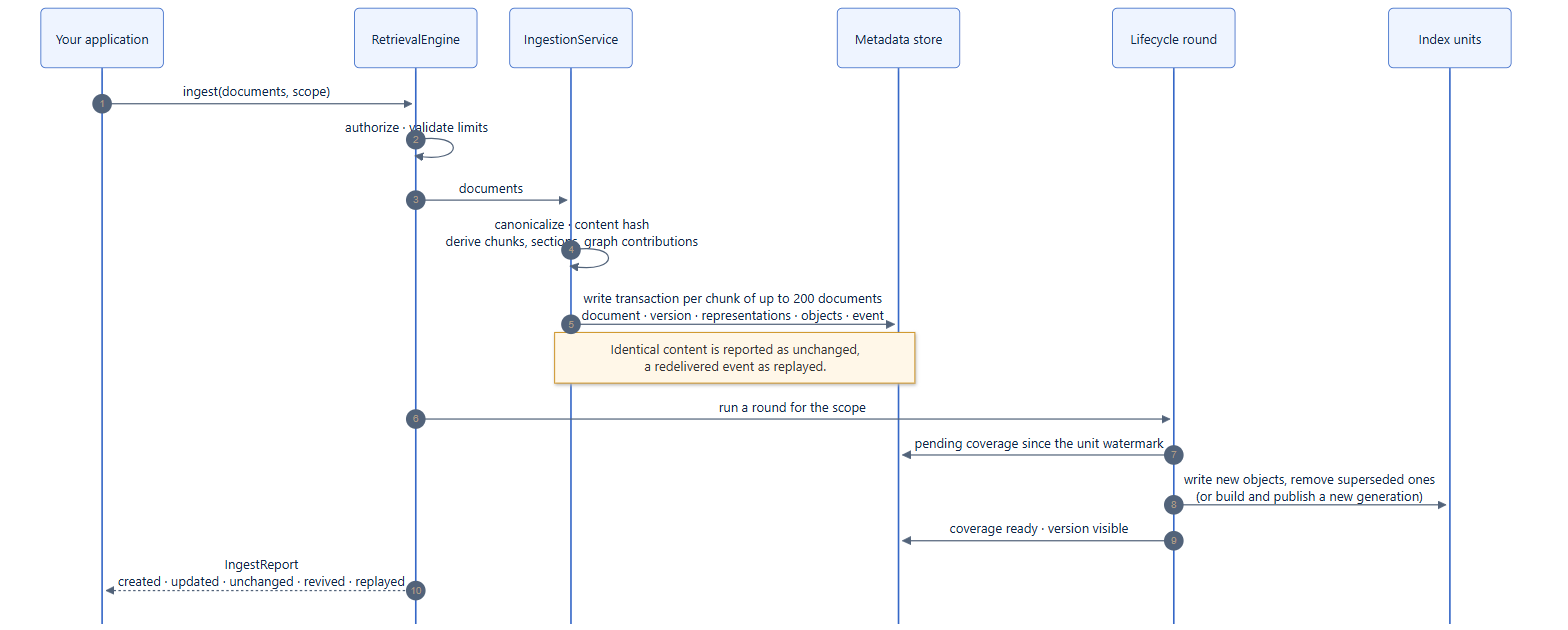
Before: docs/assets/diagrams/ingestion-flow.png, a diagram exported from Mermaid (smuniharish/retrievalloom). Its source is kept beside it as diagrams/ingestion-flow.mmd. The source it was exported from:
```mermaid
sequenceDiagram
    autonumber
    participant App as Your application
    participant Engine as RetrievalEngine
    participant Ingest as IngestionService
    participant Store as Metadata store
    participant Round as Lifecycle round
    participant Units as Index units

    App->>Engine: ingest(documents, scope)
    Engine->>Engine: authorize · validate limits
    Engine->>Ingest: documents
    Ingest->>Ingest: canonicalize · content hash<br/>derive chunks, sections, graph contributions
    Ingest->>Store: write transaction per chunk of up to 200 documents<br/>document · version · representations · objects · event
    Note over Ingest,Store: Identical content is reported as unchanged,<br/>a redelivered event as replayed.
    Engine->>Round: run a round for the scope
    Round->>Store: pending coverage since the unit watermark
    Round->>Units: write new objects, remove superseded ones<br/>(or build and publish a new generation)
    Round->>Store: coverage ready · version visible
    Engine-->>App: IngestReport<br/>created · updated · unchanged · revived · replayed
```
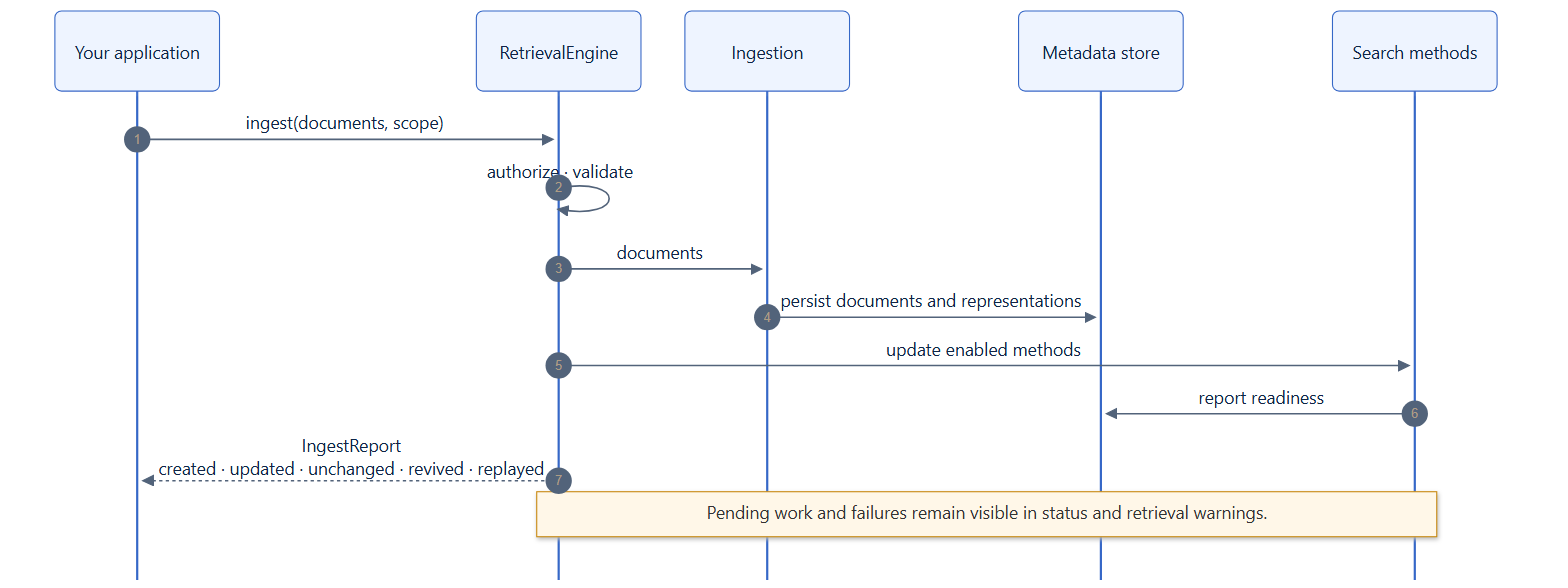
After the commit.

What changed in the source:
```diff
@@ -2,19 +2,15 @@
     autonumber
     participant App as Your application
     participant Engine as RetrievalEngine
-    participant Ingest as IngestionService
+    participant Ingest as Ingestion
     participant Store as Metadata store
-    participant Round as Lifecycle round
-    participant Units as Index units
+    participant Index as Search methods
 
     App->>Engine: ingest(documents, scope)
-    Engine->>Engine: authorize · validate limits
+    Engine->>Engine: authorize · validate
     Engine->>Ingest: documents
-    Ingest->>Ingest: canonicalize · content hash<br/>derive chunks, sections, graph contributions
-    Ingest->>Store: write transaction per chunk of up to 200 documents<br/>document · version · representations · objects · event
-    Note over Ingest,Store: Identical content is reported as unchanged,<br/>a redelivered event as replayed.
-    Engine->>Round: run a round for the scope
-    Round->>Store: pending coverage since the unit watermark
-    Round->>Units: write new objects, remove superseded ones<br/>(or build and publish a new generation)
-    Round->>Store: coverage ready · version visible
+    Ingest->>Store: persist documents and representations
+    Engine->>Index: update enabled methods
+    Index->>Store: report readiness
     Engine-->>App: IngestReport<br/>created · updated · unchanged · revived · replayed
+    Note over Engine,Index: Pending work and failures remain visible in status and retrieval warnings.
```
